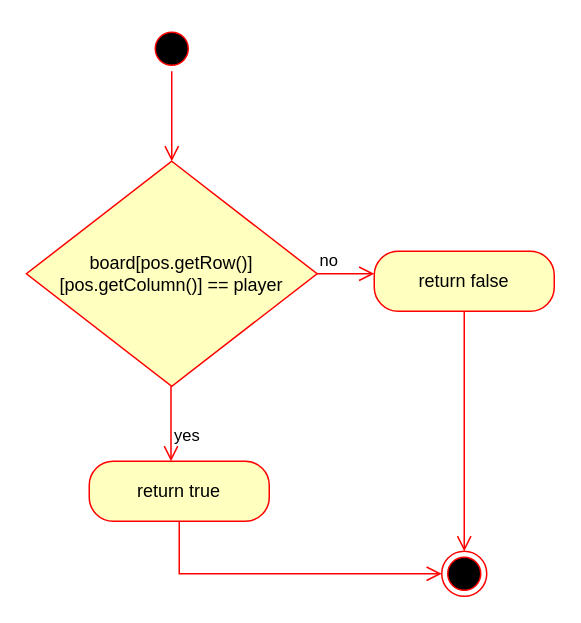
This is DRAW_IO/isPlayerAtPos_AD.drawio from c-tollison/extendedConnectX, a draw.io file, before an edit. Source tidied: cells renumbered, new cells numbered last; positions are measured from the earlier drawing's top-left corner, leaving out a move shared by most shapes. Both pictures are drawn from the tidied source at 150%, with x=0, y=0 at pixel (26, 26).
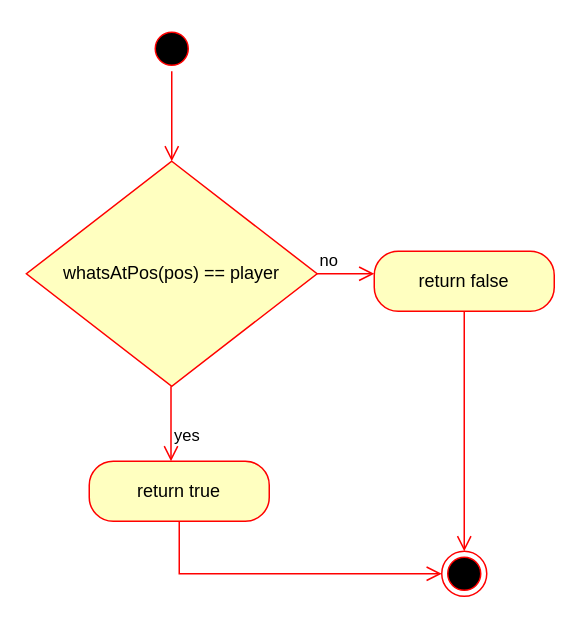
Above is the later version.

The edit, as a diff of the source:
```diff
@@
 <mxGraphModel>
   <root>
     <mxCell id="0" />
     <mxCell id="1" parent="0" />
     <mxCell id="2" style="ellipse;html=1;shape=startState;fillColor=#000000;strokeColor=#ff0000;" parent="1" vertex="1">
       <mxGeometry x="82" width="30" height="30" as="geometry" />
     </mxCell>
     <mxCell id="3" style="edgeStyle=orthogonalEdgeStyle;html=1;verticalAlign=bottom;endArrow=open;endSize=8;strokeColor=#ff0000;rounded=0;" parent="1" edge="1" source="2">
       <mxGeometry relative="1" as="geometry">
         <mxPoint x="97" y="90" as="targetPoint" />
       </mxGeometry>
     </mxCell>
-    <mxCell id="4" value="board[pos.getRow()][pos.getColumn()] == player" style="rhombus;whiteSpace=wrap;html=1;fillColor=#ffffc0;strokeColor=#ff0000;" parent="1" vertex="1">
+    <mxCell id="4" value="whatsAtPos(pos) == player" style="rhombus;whiteSpace=wrap;html=1;fillColor=#ffffc0;strokeColor=#ff0000;" parent="1" vertex="1">
       <mxGeometry x="0.1" y="90" width="193.8" height="150" as="geometry" />
     </mxCell>
     <mxCell id="5" value="no" style="edgeStyle=orthogonalEdgeStyle;html=1;align=left;verticalAlign=bottom;endArrow=open;endSize=8;strokeColor=#ff0000;rounded=0;" parent="1" edge="1" source="4">
       <mxGeometry x="-1" relative="1" as="geometry">
         <mxPoint x="232" y="165" as="targetPoint" />
       </mxGeometry>
     </mxCell>
     <mxCell id="6" value="yes" style="edgeStyle=orthogonalEdgeStyle;html=1;align=left;verticalAlign=top;endArrow=open;endSize=8;strokeColor=#ff0000;rounded=0;" parent="1" edge="1">
       <mxGeometry x="-1" relative="1" as="geometry">
         <mxPoint x="96.5" y="260" as="sourcePoint" />
         <mxPoint x="96.5" y="290" as="targetPoint" />
         <Array as="points">
           <mxPoint x="96.5" y="240" />
           <mxPoint x="96.5" y="240" />
         </Array>
       </mxGeometry>
     </mxCell>
     <mxCell id="7" value="return false" style="rounded=1;whiteSpace=wrap;html=1;arcSize=40;fontColor=#000000;fillColor=#ffffc0;strokeColor=#ff0000;" parent="1" vertex="1">
       <mxGeometry x="232" y="150" width="120" height="40" as="geometry" />
     </mxCell>
     <mxCell id="8" style="edgeStyle=orthogonalEdgeStyle;html=1;verticalAlign=bottom;endArrow=open;endSize=8;strokeColor=#ff0000;rounded=0;entryX=0.5;entryY=0;entryDx=0;entryDy=0;" parent="1" edge="1" source="7" target="11">
       <mxGeometry relative="1" as="geometry" />
     </mxCell>
     <mxCell id="9" value="return true" style="rounded=1;whiteSpace=wrap;html=1;arcSize=40;fontColor=#000000;fillColor=#ffffc0;strokeColor=#ff0000;" parent="1" vertex="1">
       <mxGeometry x="42" y="290" width="120" height="40" as="geometry" />
     </mxCell>
     <mxCell id="10" style="edgeStyle=orthogonalEdgeStyle;html=1;verticalAlign=bottom;endArrow=open;endSize=8;strokeColor=#ff0000;rounded=0;entryX=0;entryY=0.5;entryDx=0;entryDy=0;" parent="1" edge="1" source="9" target="11">
       <mxGeometry relative="1" as="geometry">
         <Array as="points">
           <mxPoint x="102" y="365" />
         </Array>
       </mxGeometry>
     </mxCell>
     <mxCell id="11" style="ellipse;html=1;shape=endState;fillColor=#000000;strokeColor=#ff0000;" parent="1" vertex="1">
       <mxGeometry x="277" y="350" width="30" height="30" as="geometry" />
     </mxCell>
   </root>
 </mxGraphModel>
```
